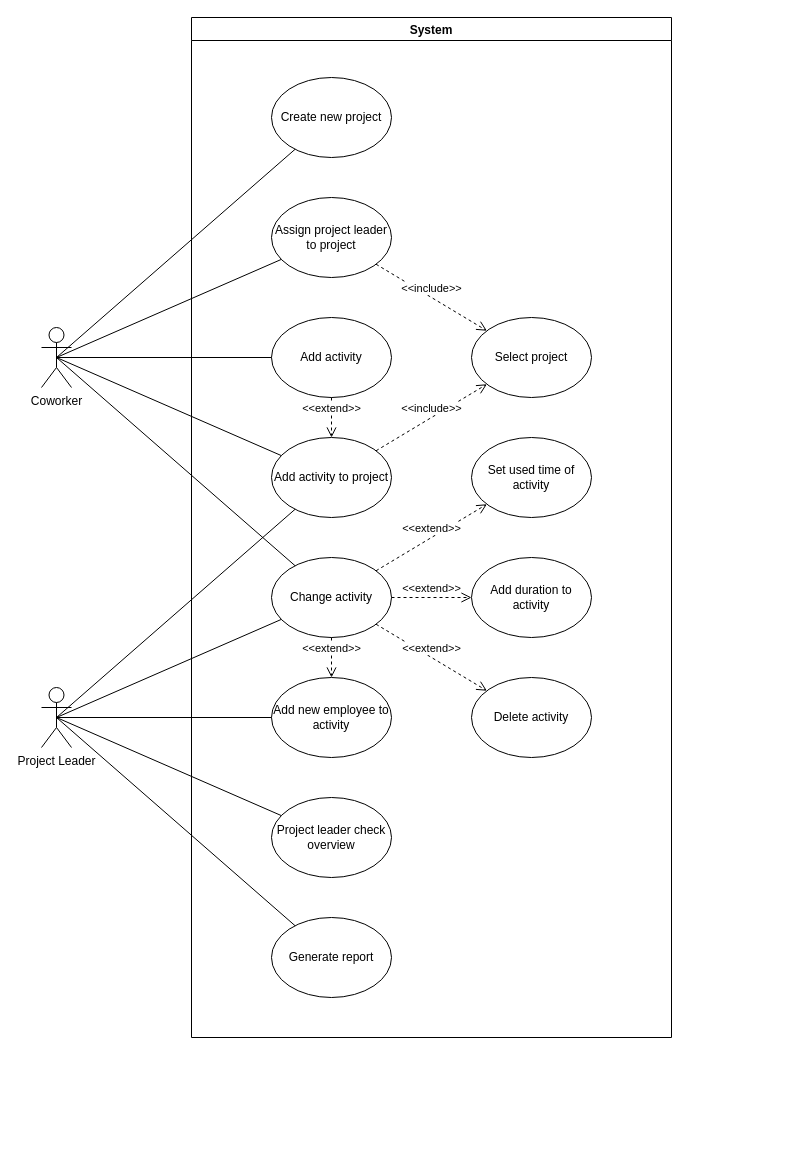
The draw.io diagram Use cases.drawio in Buildasaurus/02161-Projekt, before the edit. Source tidied: cells renumbered, new cells numbered last; positions are measured from the earlier drawing's top-left corner, leaving out a move shared by most shapes. Both pictures are drawn from the tidied source at 100%, with x=0, y=0 at pixel (41, 17).
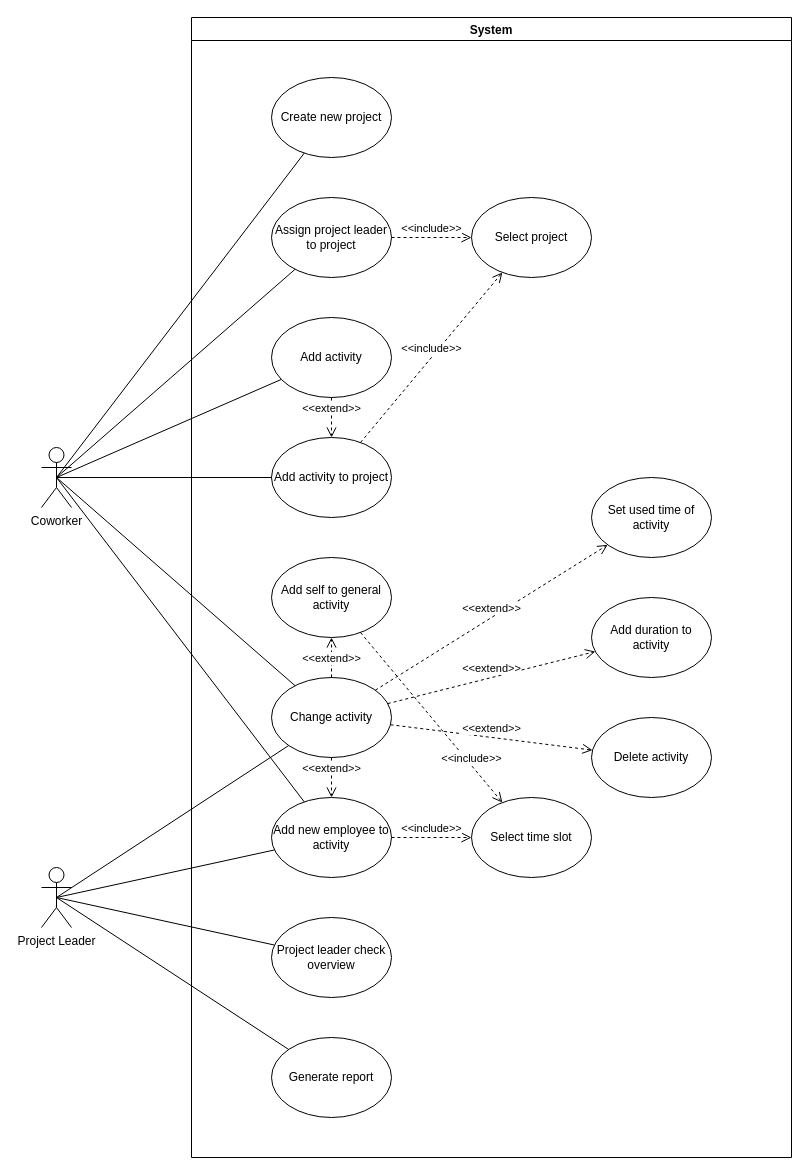
After the change.

Commit message:
use case diagram - more updates :)

Unchanged cells that the change refers to:
```xml
<mxCell id="11" value="Add activity to project" style="ellipse;whiteSpace=wrap;html=1;" parent="2" vertex="1">
  <mxGeometry x="80" y="420" width="120" height="80" as="geometry" />
</mxCell>
```

Diff of the diagram source:
```diff
@@
     <mxCell id="2" value="System" style="swimlane;" parent="1" vertex="1">
-      <mxGeometry x="150" width="480" height="1020" as="geometry" />
+      <mxGeometry x="150" width="600" height="1140" as="geometry" />
     </mxCell>
     <mxCell id="3" value="Delete activity" style="ellipse;whiteSpace=wrap;html=1;" parent="2" vertex="1">
-      <mxGeometry x="280" y="660" width="120" height="80" as="geometry" />
+      <mxGeometry x="400" y="700" width="120" height="80" as="geometry" />
     </mxCell>
     <mxCell id="4" value="Add new employee to activity" style="ellipse;whiteSpace=wrap;html=1;" parent="2" vertex="1">
-      <mxGeometry x="80" y="660" width="120" height="80" as="geometry" />
+      <mxGeometry x="80" y="780" width="120" height="80" as="geometry" />
     </mxCell>
     <mxCell id="5" value="Project leader check overview" style="ellipse;whiteSpace=wrap;html=1;" parent="2" vertex="1">
-      <mxGeometry x="80" y="780" width="120" height="80" as="geometry" />
+      <mxGeometry x="80" y="900" width="120" height="80" as="geometry" />
     </mxCell>
     <mxCell id="6" value="Set used time of activity" style="ellipse;whiteSpace=wrap;html=1;" parent="2" vertex="1">
-      <mxGeometry x="280" y="420" width="120" height="80" as="geometry" />
+      <mxGeometry x="400" y="460" width="120" height="80" as="geometry" />
     </mxCell>
@@
     <mxCell id="8" value="Generate report" style="ellipse;whiteSpace=wrap;html=1;" parent="2" vertex="1">
-      <mxGeometry x="80" y="900" width="120" height="80" as="geometry" />
+      <mxGeometry x="80" y="1020" width="120" height="80" as="geometry" />
     </mxCell>
     <mxCell id="9" value="Add duration to activity" style="ellipse;whiteSpace=wrap;html=1;" parent="2" vertex="1">
-      <mxGeometry x="280" y="540" width="120" height="80" as="geometry" />
+      <mxGeometry x="400" y="580" width="120" height="80" as="geometry" />
     </mxCell>
@@
     <mxCell id="13" value="Change activity" style="ellipse;whiteSpace=wrap;html=1;" parent="2" vertex="1">
-      <mxGeometry x="80" y="540" width="120" height="80" as="geometry" />
+      <mxGeometry x="80" y="660" width="120" height="80" as="geometry" />
     </mxCell>
@@
     <mxCell id="15" value="Select project" style="ellipse;whiteSpace=wrap;html=1;" parent="2" vertex="1">
-      <mxGeometry x="280" y="300" width="120" height="80" as="geometry" />
+      <mxGeometry x="280" y="180" width="120" height="80" as="geometry" />
     </mxCell>
@@
+    <mxCell id="34" value="Select time slot" style="ellipse;whiteSpace=wrap;html=1;" parent="2" vertex="1">
+      <mxGeometry x="280" y="780" width="120" height="80" as="geometry" />
+    </mxCell>
+    <mxCell id="35" value="&amp;lt;&amp;lt;include&amp;gt;&amp;gt;" style="html=1;verticalAlign=bottom;endArrow=open;dashed=1;endSize=8;curved=0;rounded=0;" parent="2" edge="1" source="4" target="34">
+      <mxGeometry relative="1" as="geometry" />
+    </mxCell>
+    <mxCell id="36" value="Add self to general activity" style="ellipse;whiteSpace=wrap;html=1;" parent="2" vertex="1">
+      <mxGeometry x="80" y="540" width="120" height="80" as="geometry" />
+    </mxCell>
+    <mxCell id="37" value="&amp;lt;&amp;lt;extend&amp;gt;&amp;gt;" style="html=1;verticalAlign=bottom;endArrow=open;dashed=1;endSize=8;curved=0;rounded=0;" parent="2" edge="1" source="13" target="36">
+      <mxGeometry x="-0.5" relative="1" as="geometry" />
+    </mxCell>
+    <mxCell id="38" value="&amp;lt;&amp;lt;include&amp;gt;&amp;gt;" style="html=1;verticalAlign=bottom;endArrow=open;dashed=1;endSize=8;curved=0;rounded=0;" parent="2" edge="1" source="36" target="34">
+      <mxGeometry x="0.58" y="-1" relative="1" as="geometry" />
+    </mxCell>
     <mxCell id="22" value="Coworker" style="shape=umlActor;verticalLabelPosition=bottom;verticalAlign=top;html=1;outlineConnect=0;" parent="1" vertex="1">
-      <mxGeometry y="310" width="30" height="60" as="geometry" />
+      <mxGeometry y="430" width="30" height="60" as="geometry" />
     </mxCell>
     <mxCell id="23" value="Project Leader" style="shape=umlActor;verticalLabelPosition=bottom;verticalAlign=top;html=1;outlineConnect=0;" parent="1" vertex="1">
-      <mxGeometry y="670" width="30" height="60" as="geometry" />
+      <mxGeometry y="850" width="30" height="60" as="geometry" />
     </mxCell>
@@
-    <mxCell id="27" style="endArrow=none;html=1;rounded=0;exitX=0.5;exitY=0.5;exitDx=0;exitDy=0;exitPerimeter=0;" parent="1" edge="1" source="23" target="11">
-      <mxGeometry relative="1" as="geometry" />
-    </mxCell>
@@
+    <mxCell id="39" style="endArrow=none;html=1;rounded=0;exitX=0.5;exitY=0.5;exitDx=0;exitDy=0;exitPerimeter=0;" parent="1" edge="1" source="22" target="4">
+      <mxGeometry relative="1" as="geometry" />
+    </mxCell>
+    <mxCell id="40" style="endArrow=none;html=1;rounded=0;exitX=0.5;exitY=0.5;exitDx=0;exitDy=0;exitPerimeter=0;" parent="1" edge="1" source="22" target="11">
+      <mxGeometry relative="1" as="geometry" />
+    </mxCell>
```
